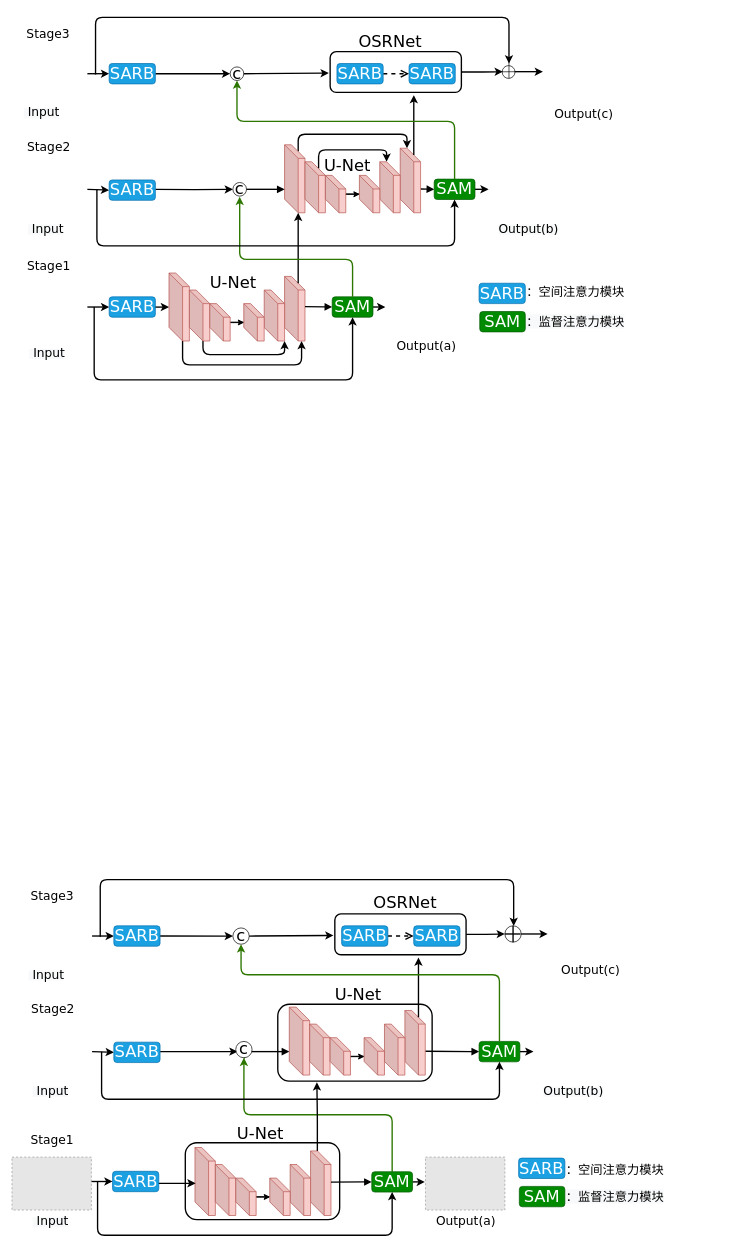
Above: SARB.drawio in hornchan/mytest (draw.io), before the change. Source tidied: cells renumbered, new cells numbered last; positions are measured from the earlier drawing's top-left corner, leaving out a move shared by most shapes. Both pictures are drawn from the tidied source at 68%, with x=0, y=0 at pixel (12, 17). Pictures stored in the file or linked from it are replaced by grey dashed boxes.
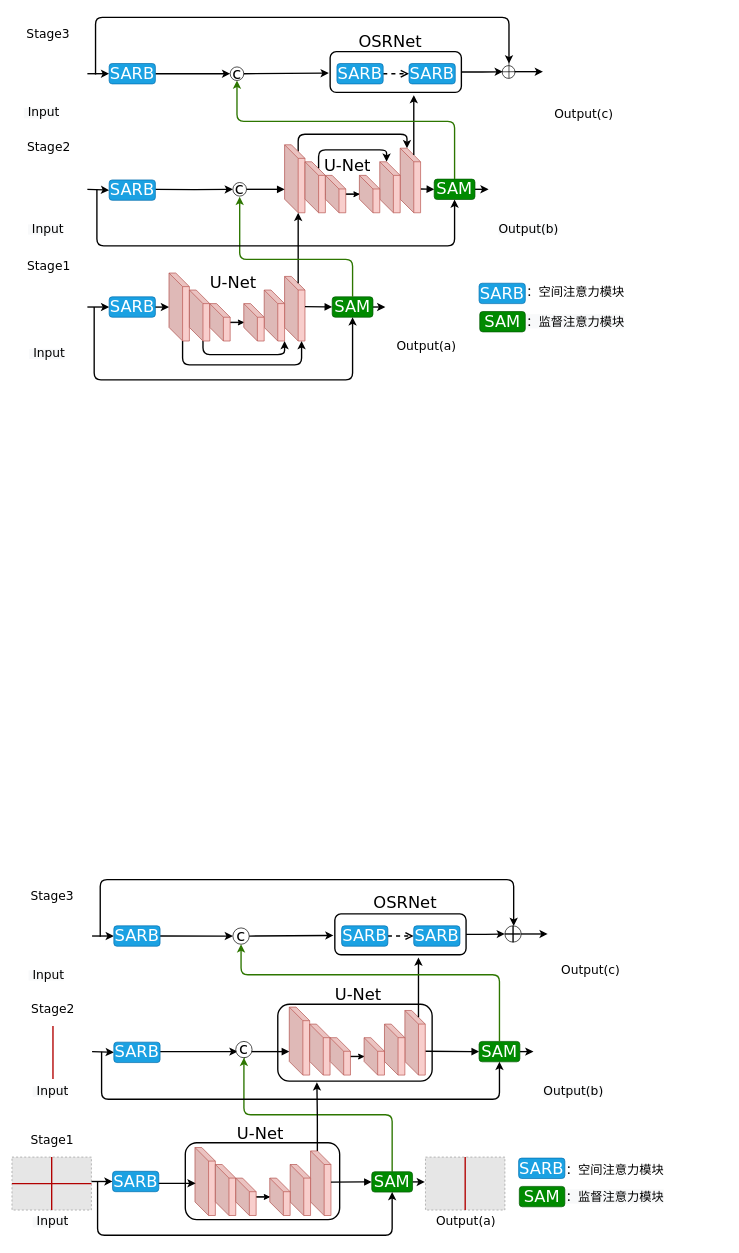
The same page after the edit.

The change refers to these unchanged cells:
```xml
<mxCell id="139" style="fillColor=#E6E6E6;strokeColor=#999999;dashed=1;verticalLabelPosition=bottom;labelBackgroundColor=default;verticalAlign=top;" parent="1" vertex="1">
  <mxGeometry x="0.1" y="1676.1" width="116.8" height="77.9" as="geometry" />
</mxCell>
<mxCell id="140" style="fillColor=#E6E6E6;strokeColor=#999999;dashed=1;verticalLabelPosition=bottom;labelBackgroundColor=default;verticalAlign=top;" parent="1" vertex="1">
  <mxGeometry x="608.2" y="1676.1" width="116.8" height="77.9" as="geometry" />
</mxCell>
```

Change to the diagram source:
```diff
@@
+    <mxCell id="151" style="endArrow=none;html=1;rounded=1;strokeWidth=2;fontFamily=Verdana;fontSize=24;jumpSize=6;entryX=0.5;entryY=0;entryDx=0;entryDy=0;exitX=0.5;exitY=1;exitDx=0;exitDy=0;fillColor=#e51400;strokeColor=#B20000;" parent="1" edge="1">
+      <mxGeometry relative="1" as="geometry">
+        <mxPoint x="60.4" y="1561.1" as="sourcePoint" />
+        <mxPoint x="60.4" y="1483.2" as="targetPoint" />
+      </mxGeometry>
+    </mxCell>
+    <mxCell id="152" style="endArrow=none;html=1;rounded=1;strokeWidth=2;fontFamily=Verdana;fontSize=24;jumpSize=6;entryX=0.5;entryY=0;entryDx=0;entryDy=0;exitX=0.5;exitY=1;exitDx=0;exitDy=0;fillColor=#e51400;strokeColor=#B20000;" parent="1" edge="1" source="139" target="139">
+      <mxGeometry relative="1" as="geometry" />
+    </mxCell>
+    <mxCell id="153" style="endArrow=none;html=1;rounded=1;strokeWidth=2;fontFamily=Verdana;fontSize=24;jumpSize=6;entryX=0;entryY=0.5;entryDx=0;entryDy=0;exitX=1;exitY=0.5;exitDx=0;exitDy=0;fillColor=#e51400;strokeColor=#B20000;" parent="1" edge="1" source="139" target="139">
+      <mxGeometry relative="1" as="geometry" />
+    </mxCell>
+    <mxCell id="154" style="endArrow=none;html=1;rounded=1;strokeWidth=2;fontFamily=Verdana;fontSize=24;jumpSize=6;entryX=0.5;entryY=0;entryDx=0;entryDy=0;exitX=0.5;exitY=1;exitDx=0;exitDy=0;fillColor=#e51400;strokeColor=#B20000;" parent="1" edge="1" source="140" target="140">
+      <mxGeometry relative="1" as="geometry" />
+    </mxCell>
```
